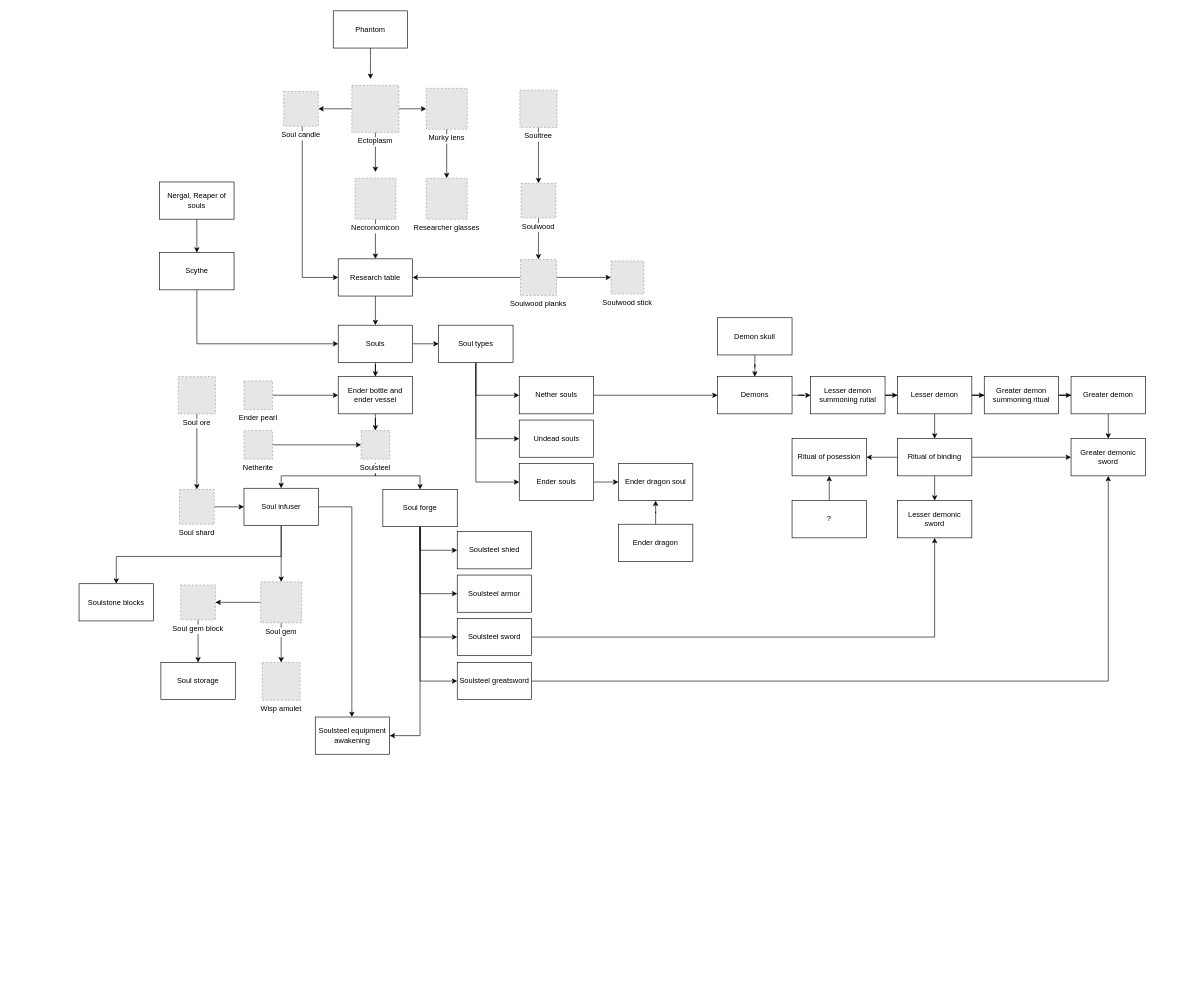
The draw.io diagram page "Soulforge" (13 of 13) of Solaris.drawio in x3rdev/solaris, before the edit. Source tidied: cells renumbered, new cells numbered last; positions are measured from the earlier drawing's top-left corner, leaving out a move shared by most shapes. Both pictures are drawn from the tidied source at 62%, with x=0, y=0 at pixel (79, 11). Pictures stored in the file or linked from it are replaced by grey dashed boxes.
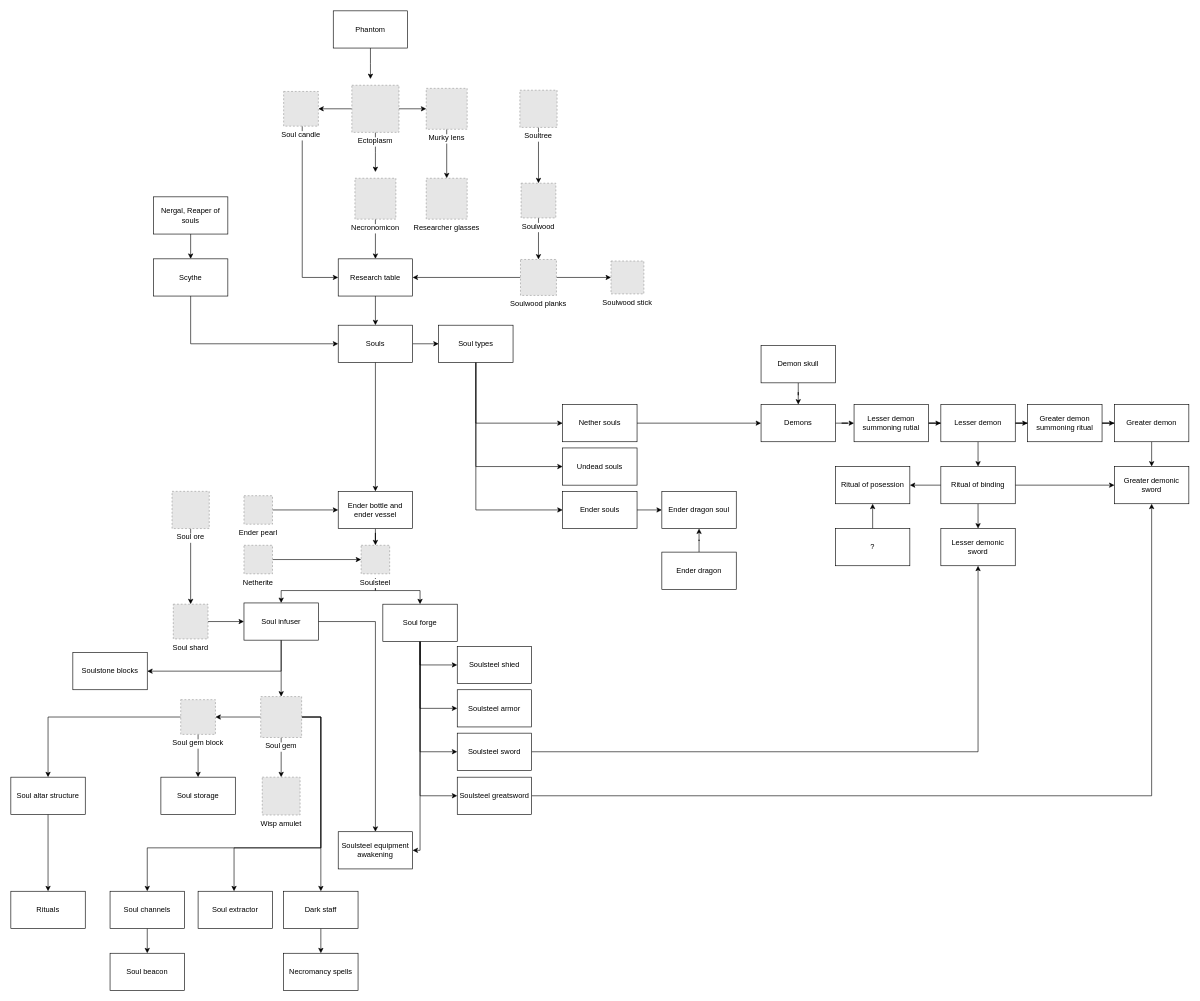
Above is the later version.

Commit message (it also covers changes not shown here):
Soulforge scheme update.drawio

Unchanged cells that the change refers to:
```xml
<mxCell id="33" value="Souls" style="rounded=0;whiteSpace=wrap;html=1;" parent="1" vertex="1">
  <mxGeometry x="418" y="507" width="120" height="60" as="geometry" />
</mxCell>
<mxCell id="41" value="Soul types" style="rounded=0;whiteSpace=wrap;html=1;" parent="1" vertex="1">
  <mxGeometry x="580" y="507" width="120" height="60" as="geometry" />
</mxCell>
```

Diff of the diagram source:
```diff
@@
     <mxCell id="14" value="Soul ore" style="fillColor=#E6E6E6;strokeColor=#999999;dashed=1;verticalLabelPosition=bottom;labelBackgroundColor=default;verticalAlign=top;" parent="1" vertex="1">
-      <mxGeometry x="160" y="590" width="60" height="60" as="geometry" />
+      <mxGeometry x="150" y="775" width="60" height="60" as="geometry" />
     </mxCell>
@@
     <mxCell id="16" value="Soul shard&#10;" style="fillColor=#E6E6E6;strokeColor=#999999;dashed=1;verticalLabelPosition=bottom;labelBackgroundColor=default;verticalAlign=top;" parent="1" vertex="1">
-      <mxGeometry x="162" y="772" width="56" height="56" as="geometry" />
+      <mxGeometry x="152" y="957" width="56" height="56" as="geometry" />
     </mxCell>
@@
+    <mxCell id="104" style="edgeStyle=orthogonalEdgeStyle;rounded=0;jettySize=auto;html=1;" parent="1" edge="1" source="19" target="112">
+      <mxGeometry relative="1" as="geometry">
+        <Array as="points">
+          <mxPoint x="390" y="1139" />
+        </Array>
+      </mxGeometry>
+    </mxCell>
+    <mxCell id="105" style="edgeStyle=orthogonalEdgeStyle;rounded=0;jettySize=auto;html=1;" parent="1" edge="1" source="19" target="114">
+      <mxGeometry relative="1" as="geometry">
+        <Array as="points">
+          <mxPoint x="390" y="1139" />
+          <mxPoint x="390" y="1350" />
+          <mxPoint x="250" y="1350" />
+        </Array>
+      </mxGeometry>
+    </mxCell>
+    <mxCell id="106" style="edgeStyle=orthogonalEdgeStyle;rounded=0;jettySize=auto;html=1;" parent="1" edge="1" source="19" target="116">
+      <mxGeometry relative="1" as="geometry">
+        <Array as="points">
+          <mxPoint x="390" y="1139" />
+          <mxPoint x="390" y="1350" />
+          <mxPoint x="110" y="1350" />
+        </Array>
+      </mxGeometry>
+    </mxCell>
     <mxCell id="19" value="Soul gem" style="fillColor=#E6E6E6;strokeColor=#999999;dashed=1;verticalLabelPosition=bottom;labelBackgroundColor=default;verticalAlign=top;" parent="1" vertex="1">
-      <mxGeometry x="293" y="921" width="66" height="66" as="geometry" />
+      <mxGeometry x="293" y="1106" width="66" height="66" as="geometry" />
     </mxCell>
@@
+    <mxCell id="107" style="edgeStyle=orthogonalEdgeStyle;rounded=0;jettySize=auto;html=1;" parent="1" edge="1" source="21" target="109">
+      <mxGeometry relative="1" as="geometry" />
+    </mxCell>
     <mxCell id="21" value="Soul gem block" style="fillColor=#E6E6E6;strokeColor=#999999;dashed=1;verticalLabelPosition=bottom;labelBackgroundColor=default;verticalAlign=top;" parent="1" vertex="1">
-      <mxGeometry x="164" y="926" width="56" height="56" as="geometry" />
+      <mxGeometry x="164" y="1111" width="56" height="56" as="geometry" />
     </mxCell>
@@
     <mxCell id="26" value="Wisp amulet" style="fillColor=#E6E6E6;strokeColor=#999999;dashed=1;verticalLabelPosition=bottom;labelBackgroundColor=default;verticalAlign=top;" parent="1" vertex="1">
-      <mxGeometry x="295.5" y="1051" width="61" height="61" as="geometry" />
+      <mxGeometry x="295.5" y="1236" width="61" height="61" as="geometry" />
     </mxCell>
@@
     <mxCell id="28" value="Ender pearl" style="fillColor=#E6E6E6;strokeColor=#999999;dashed=1;verticalLabelPosition=bottom;labelBackgroundColor=default;verticalAlign=top;" parent="1" vertex="1">
-      <mxGeometry x="266" y="597" width="46" height="46" as="geometry" />
+      <mxGeometry x="266" y="782" width="46" height="46" as="geometry" />
     </mxCell>
@@
     <mxCell id="30" value="Ender bottle and ender vessel" style="rounded=0;whiteSpace=wrap;html=1;" parent="1" vertex="1">
-      <mxGeometry x="418" y="590" width="120" height="60" as="geometry" />
+      <mxGeometry x="418" y="775" width="120" height="60" as="geometry" />
     </mxCell>
@@
     <mxCell id="35" value="Nergal, Reaper of souls" style="rounded=0;whiteSpace=wrap;html=1;" parent="1" vertex="1">
-      <mxGeometry x="130" y="276" width="120" height="60" as="geometry" />
+      <mxGeometry x="120" y="300" width="120" height="60" as="geometry" />
     </mxCell>
     <mxCell id="36" style="edgeStyle=orthogonalEdgeStyle;rounded=0;jettySize=auto;html=1;entryX=0;entryY=0.5;entryDx=0;entryDy=0;" parent="1" edge="1" source="37" target="33">
       <mxGeometry relative="1" as="geometry">
         <Array as="points">
-          <mxPoint x="190" y="537" />
+          <mxPoint x="180" y="537" />
         </Array>
       </mxGeometry>
     </mxCell>
     <mxCell id="37" value="Scythe" style="whiteSpace=wrap;html=1;rounded=0;" parent="1" vertex="1">
-      <mxGeometry x="130" y="390" width="120" height="60" as="geometry" />
+      <mxGeometry x="120" y="400" width="120" height="60" as="geometry" />
     </mxCell>
     <mxCell id="38" style="edgeStyle=orthogonalEdgeStyle;rounded=0;jettySize=auto;html=1;entryX=0;entryY=0.5;entryDx=0;entryDy=0;" parent="1" edge="1" source="41" target="44">
       <mxGeometry relative="1" as="geometry">
         <Array as="points">
-          <mxPoint x="640" y="620" />
+          <mxPoint x="640" y="665" />
         </Array>
       </mxGeometry>
     </mxCell>
     <mxCell id="39" style="edgeStyle=orthogonalEdgeStyle;rounded=0;jettySize=auto;html=1;entryX=0;entryY=0.5;entryDx=0;entryDy=0;" parent="1" edge="1" source="41" target="42">
       <mxGeometry relative="1" as="geometry">
         <Array as="points">
-          <mxPoint x="640" y="690" />
+          <mxPoint x="640" y="735" />
         </Array>
       </mxGeometry>
     </mxCell>
     <mxCell id="40" style="edgeStyle=orthogonalEdgeStyle;rounded=0;jettySize=auto;html=1;entryX=0;entryY=0.5;entryDx=0;entryDy=0;" parent="1" edge="1" source="41" target="46">
       <mxGeometry relative="1" as="geometry">
         <Array as="points">
-          <mxPoint x="640" y="760" />
+          <mxPoint x="640" y="805" />
         </Array>
       </mxGeometry>
     </mxCell>
@@
     <mxCell id="42" value="Undead souls" style="rounded=0;whiteSpace=wrap;html=1;" parent="1" vertex="1">
-      <mxGeometry x="710" y="660" width="120" height="60" as="geometry" />
+      <mxGeometry x="780" y="705" width="120" height="60" as="geometry" />
     </mxCell>
@@
     <mxCell id="44" value="Nether souls" style="rounded=0;whiteSpace=wrap;html=1;" parent="1" vertex="1">
-      <mxGeometry x="710" y="590" width="120" height="60" as="geometry" />
+      <mxGeometry x="780" y="635" width="120" height="60" as="geometry" />
     </mxCell>
@@
     <mxCell id="46" value="Ender souls" style="rounded=0;whiteSpace=wrap;html=1;" parent="1" vertex="1">
-      <mxGeometry x="710" y="730" width="120" height="60" as="geometry" />
+      <mxGeometry x="780" y="775" width="120" height="60" as="geometry" />
     </mxCell>
     <mxCell id="47" style="edgeStyle=orthogonalEdgeStyle;rounded=0;jettySize=auto;html=1;" parent="1" edge="1" target="56">
       <mxGeometry relative="1" as="geometry">
-        <mxPoint x="478" y="730" as="sourcePoint" />
+        <mxPoint x="478" y="915" as="sourcePoint" />
         <Array as="points">
-          <mxPoint x="478" y="750" />
-          <mxPoint x="550" y="750" />
+          <mxPoint x="478" y="935" />
+          <mxPoint x="550" y="935" />
         </Array>
       </mxGeometry>
     </mxCell>
     <mxCell id="48" style="edgeStyle=orthogonalEdgeStyle;rounded=0;jettySize=auto;html=1;" parent="1" edge="1" target="60">
       <mxGeometry relative="1" as="geometry">
-        <mxPoint x="478" y="730" as="sourcePoint" />
+        <mxPoint x="478" y="915" as="sourcePoint" />
         <Array as="points">
-          <mxPoint x="478" y="750" />
-          <mxPoint x="326" y="750" />
+          <mxPoint x="478" y="935" />
+          <mxPoint x="326" y="935" />
         </Array>
       </mxGeometry>
     </mxCell>
@@
     <mxCell id="50" value="Netherite" style="fillColor=#E6E6E6;strokeColor=#999999;dashed=1;verticalLabelPosition=bottom;labelBackgroundColor=default;verticalAlign=top;" parent="1" vertex="1">
-      <mxGeometry x="266" y="677" width="46" height="46" as="geometry" />
+      <mxGeometry x="266" y="862" width="46" height="46" as="geometry" />
     </mxCell>
@@
     <mxCell id="55" style="edgeStyle=orthogonalEdgeStyle;rounded=0;jettySize=auto;html=1;entryX=1;entryY=0.5;entryDx=0;entryDy=0;" parent="1" edge="1" source="56" target="70">
-      <mxGeometry relative="1" as="geometry" />
+      <mxGeometry relative="1" as="geometry">
+        <Array as="points">
+          <mxPoint x="550" y="1354" />
+        </Array>
+      </mxGeometry>
     </mxCell>
     <mxCell id="56" value="Soul forge" style="rounded=0;whiteSpace=wrap;html=1;" parent="1" vertex="1">
-      <mxGeometry x="490" y="772" width="120" height="60" as="geometry" />
+      <mxGeometry x="490" y="957" width="120" height="60" as="geometry" />
     </mxCell>
@@
+    <mxCell id="59" style="edgeStyle=orthogonalEdgeStyle;rounded=0;jettySize=auto;html=1;" parent="1" edge="1" source="60" target="70">
+      <mxGeometry relative="1" as="geometry">
+        <Array as="points">
+          <mxPoint x="478" y="985" />
+        </Array>
+      </mxGeometry>
+    </mxCell>
-    <mxCell id="58" style="edgeStyle=orthogonalEdgeStyle;rounded=0;jettySize=auto;html=1;" parent="1" edge="1" source="60" target="69">
+    <mxCell id="58" style="edgeStyle=orthogonalEdgeStyle;rounded=0;jettySize=auto;html=1;entryX=1;entryY=0.5;entryDx=0;entryDy=0;" parent="1" edge="1" source="60" target="69">
       <mxGeometry relative="1" as="geometry">
         <Array as="points">
-          <mxPoint x="326" y="880" />
-          <mxPoint x="60" y="880" />
+          <mxPoint x="326" y="1065" />
         </Array>
       </mxGeometry>
     </mxCell>
-    <mxCell id="59" style="edgeStyle=orthogonalEdgeStyle;rounded=0;jettySize=auto;html=1;" parent="1" edge="1" source="60" target="70">
-      <mxGeometry relative="1" as="geometry">
-        <Array as="points">
-          <mxPoint x="440" y="800" />
-        </Array>
-      </mxGeometry>
-    </mxCell>
     <mxCell id="60" value="Soul infuser" style="rounded=0;whiteSpace=wrap;html=1;" parent="1" vertex="1">
-      <mxGeometry x="266" y="770" width="120" height="60" as="geometry" />
+      <mxGeometry x="266" y="955" width="120" height="60" as="geometry" />
     </mxCell>
     <mxCell id="61" value="Soul storage" style="rounded=0;whiteSpace=wrap;html=1;" parent="1" vertex="1">
-      <mxGeometry x="132" y="1051" width="120" height="60" as="geometry" />
+      <mxGeometry x="132" y="1236" width="120" height="60" as="geometry" />
     </mxCell>
     <mxCell id="62" value="Soulsteel shied" style="rounded=0;whiteSpace=wrap;html=1;" parent="1" vertex="1">
-      <mxGeometry x="610" y="840" width="120" height="60" as="geometry" />
+      <mxGeometry x="610" y="1025" width="120" height="60" as="geometry" />
     </mxCell>
     <mxCell id="63" value="Soulsteel armor" style="rounded=0;whiteSpace=wrap;html=1;" parent="1" vertex="1">
-      <mxGeometry x="610" y="910" width="120" height="60" as="geometry" />
+      <mxGeometry x="610" y="1095" width="120" height="60" as="geometry" />
     </mxCell>
@@
     <mxCell id="65" value="Soulsteel sword" style="rounded=0;whiteSpace=wrap;html=1;" parent="1" vertex="1">
-      <mxGeometry x="610" y="980" width="120" height="60" as="geometry" />
+      <mxGeometry x="610" y="1165" width="120" height="60" as="geometry" />
     </mxCell>
@@
     <mxCell id="67" value="Soulsteel greatsword" style="rounded=0;whiteSpace=wrap;html=1;" parent="1" vertex="1">
-      <mxGeometry x="610" y="1051" width="120" height="60" as="geometry" />
+      <mxGeometry x="610" y="1236" width="120" height="60" as="geometry" />
     </mxCell>
     <mxCell id="68" value="Soulsteel" style="fillColor=#E6E6E6;strokeColor=#999999;dashed=1;verticalLabelPosition=bottom;labelBackgroundColor=default;verticalAlign=top;" parent="1" vertex="1">
-      <mxGeometry x="455" y="677" width="46" height="46" as="geometry" />
+      <mxGeometry x="455" y="862" width="46" height="46" as="geometry" />
     </mxCell>
     <mxCell id="69" value="Soulstone blocks" style="rounded=0;whiteSpace=wrap;html=1;" parent="1" vertex="1">
-      <mxGeometry y="924" width="120" height="60" as="geometry" />
+      <mxGeometry x="-10" y="1035" width="120" height="60" as="geometry" />
     </mxCell>
     <mxCell id="70" value="Soulsteel equipment awakening" style="rounded=0;whiteSpace=wrap;html=1;" parent="1" vertex="1">
-      <mxGeometry x="381" y="1139" width="120" height="60" as="geometry" />
+      <mxGeometry x="418" y="1324" width="120" height="60" as="geometry" />
     </mxCell>
@@
     <mxCell id="72" value="Demon skull" style="rounded=0;whiteSpace=wrap;html=1;" parent="1" vertex="1">
-      <mxGeometry x="1030" y="495" width="120" height="60" as="geometry" />
+      <mxGeometry x="1100" y="540" width="120" height="60" as="geometry" />
     </mxCell>
@@
     <mxCell id="74" value="Demons" style="rounded=0;whiteSpace=wrap;html=1;" parent="1" vertex="1">
-      <mxGeometry x="1030" y="590" width="120" height="60" as="geometry" />
+      <mxGeometry x="1100" y="635" width="120" height="60" as="geometry" />
     </mxCell>
@@
     <mxCell id="76" value="Lesser demon summoning rutial" style="rounded=0;whiteSpace=wrap;html=1;" parent="1" vertex="1">
-      <mxGeometry x="1180" y="590" width="120" height="60" as="geometry" />
+      <mxGeometry x="1250" y="635" width="120" height="60" as="geometry" />
     </mxCell>
@@
     <mxCell id="79" value="Lesser demon" style="rounded=0;whiteSpace=wrap;html=1;" parent="1" vertex="1">
-      <mxGeometry x="1320" y="590" width="120" height="60" as="geometry" />
+      <mxGeometry x="1390" y="635" width="120" height="60" as="geometry" />
     </mxCell>
@@
     <mxCell id="81" value="Greater demon summoning ritual" style="whiteSpace=wrap;html=1;rounded=0;" parent="1" vertex="1">
-      <mxGeometry x="1460" y="590" width="120" height="60" as="geometry" />
+      <mxGeometry x="1530" y="635" width="120" height="60" as="geometry" />
     </mxCell>
@@
     <mxCell id="83" value="Greater demon" style="rounded=0;whiteSpace=wrap;html=1;" parent="1" vertex="1">
-      <mxGeometry x="1600" y="590" width="120" height="60" as="geometry" />
+      <mxGeometry x="1670" y="635" width="120" height="60" as="geometry" />
     </mxCell>
@@
     <mxCell id="87" value="Ritual of binding" style="whiteSpace=wrap;html=1;rounded=0;" parent="1" vertex="1">
-      <mxGeometry x="1320" y="690" width="120" height="60" as="geometry" />
+      <mxGeometry x="1390" y="735" width="120" height="60" as="geometry" />
     </mxCell>
     <mxCell id="88" value="Lesser demonic sword" style="rounded=0;whiteSpace=wrap;html=1;" parent="1" vertex="1">
-      <mxGeometry x="1320" y="790" width="120" height="60" as="geometry" />
+      <mxGeometry x="1390" y="835" width="120" height="60" as="geometry" />
     </mxCell>
     <mxCell id="89" value="Greater demonic sword" style="rounded=0;whiteSpace=wrap;html=1;" parent="1" vertex="1">
-      <mxGeometry x="1600" y="690" width="120" height="60" as="geometry" />
+      <mxGeometry x="1670" y="735" width="120" height="60" as="geometry" />
     </mxCell>
     <mxCell id="90" value="Ritual of posession" style="rounded=0;whiteSpace=wrap;html=1;" parent="1" vertex="1">
-      <mxGeometry x="1150" y="690" width="120" height="60" as="geometry" />
+      <mxGeometry x="1220" y="735" width="120" height="60" as="geometry" />
     </mxCell>
@@
     <mxCell id="92" value="?" style="rounded=0;whiteSpace=wrap;html=1;" parent="1" vertex="1">
-      <mxGeometry x="1150" y="790" width="120" height="60" as="geometry" />
+      <mxGeometry x="1220" y="835" width="120" height="60" as="geometry" />
     </mxCell>
@@
     <mxCell id="94" value="Ender dragon" style="rounded=0;whiteSpace=wrap;html=1;" parent="1" vertex="1">
-      <mxGeometry x="870" y="828" width="120" height="60" as="geometry" />
+      <mxGeometry x="940" y="873" width="120" height="60" as="geometry" />
     </mxCell>
     <mxCell id="95" value="Ender dragon soul" style="rounded=0;whiteSpace=wrap;html=1;" parent="1" vertex="1">
-      <mxGeometry x="870" y="730" width="120" height="60" as="geometry" />
+      <mxGeometry x="940" y="775" width="120" height="60" as="geometry" />
     </mxCell>
@@
+    <mxCell id="108" style="edgeStyle=orthogonalEdgeStyle;rounded=0;jettySize=auto;html=1;" parent="1" edge="1" source="109" target="110">
+      <mxGeometry relative="1" as="geometry" />
+    </mxCell>
+    <mxCell id="109" value="Soul alta&lt;span style=&quot;background-color: transparent; color: light-dark(rgb(0, 0, 0), rgb(255, 255, 255));&quot;&gt;r structure&lt;/span&gt;" style="rounded=0;whiteSpace=wrap;html=1;" parent="1" vertex="1">
+      <mxGeometry x="-110" y="1236" width="120" height="60" as="geometry" />
+    </mxCell>
+    <mxCell id="110" value="Rituals" style="rounded=0;whiteSpace=wrap;html=1;" parent="1" vertex="1">
+      <mxGeometry x="-110" y="1420" width="120" height="60" as="geometry" />
+    </mxCell>
+    <mxCell id="111" style="edgeStyle=orthogonalEdgeStyle;rounded=0;jettySize=auto;html=1;" parent="1" edge="1" source="112" target="113">
+      <mxGeometry relative="1" as="geometry" />
+    </mxCell>
+    <mxCell id="112" value="Dark staff" style="rounded=0;whiteSpace=wrap;html=1;" parent="1" vertex="1">
+      <mxGeometry x="330" y="1420" width="120" height="60" as="geometry" />
+    </mxCell>
+    <mxCell id="113" value="Necromancy spells" style="whiteSpace=wrap;html=1;rounded=0;" parent="1" vertex="1">
+      <mxGeometry x="330" y="1520" width="120" height="60" as="geometry" />
+    </mxCell>
+    <mxCell id="114" value="Soul extractor" style="rounded=0;whiteSpace=wrap;html=1;" parent="1" vertex="1">
+      <mxGeometry x="192" y="1420" width="120" height="60" as="geometry" />
+    </mxCell>
+    <mxCell id="115" style="edgeStyle=orthogonalEdgeStyle;rounded=0;jettySize=auto;html=1;" parent="1" edge="1" source="116" target="117">
+      <mxGeometry relative="1" as="geometry" />
+    </mxCell>
+    <mxCell id="116" value="Soul channels" style="rounded=0;whiteSpace=wrap;html=1;" parent="1" vertex="1">
+      <mxGeometry x="50" y="1420" width="120" height="60" as="geometry" />
+    </mxCell>
+    <mxCell id="117" value="Soul beacon" style="rounded=0;whiteSpace=wrap;html=1;" parent="1" vertex="1">
+      <mxGeometry x="50" y="1520" width="120" height="60" as="geometry" />
+    </mxCell>
```
